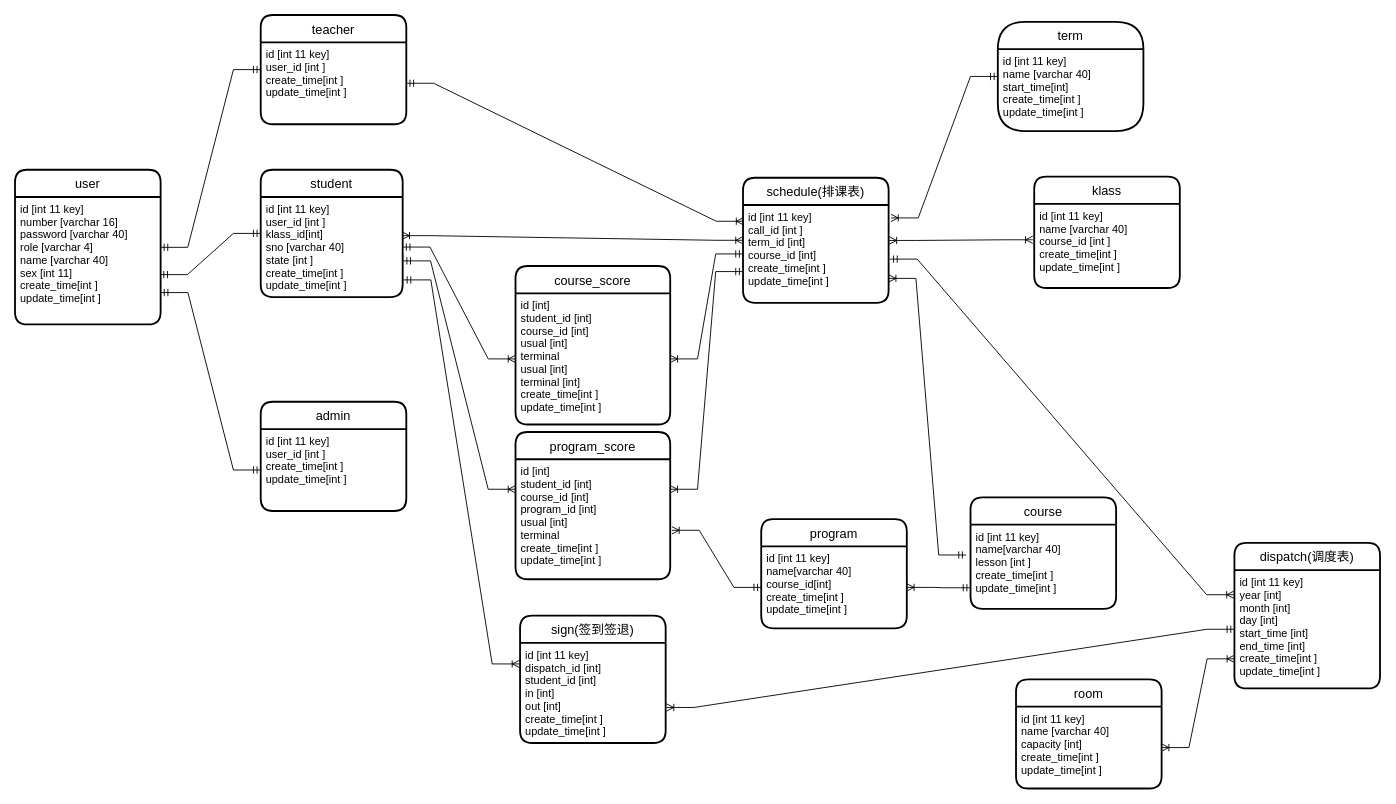
mengyunzhi/sign-in-through-code-scanning keeps this draw.io diagram as document/ER.drawio. Above is the earlier version. Source tidied: cells renumbered, new cells numbered last; positions are measured from the earlier drawing's top-left corner, leaving out a move shared by most shapes. Both pictures are drawn from the tidied source at 91%, with x=0, y=0 at pixel (15, 15).
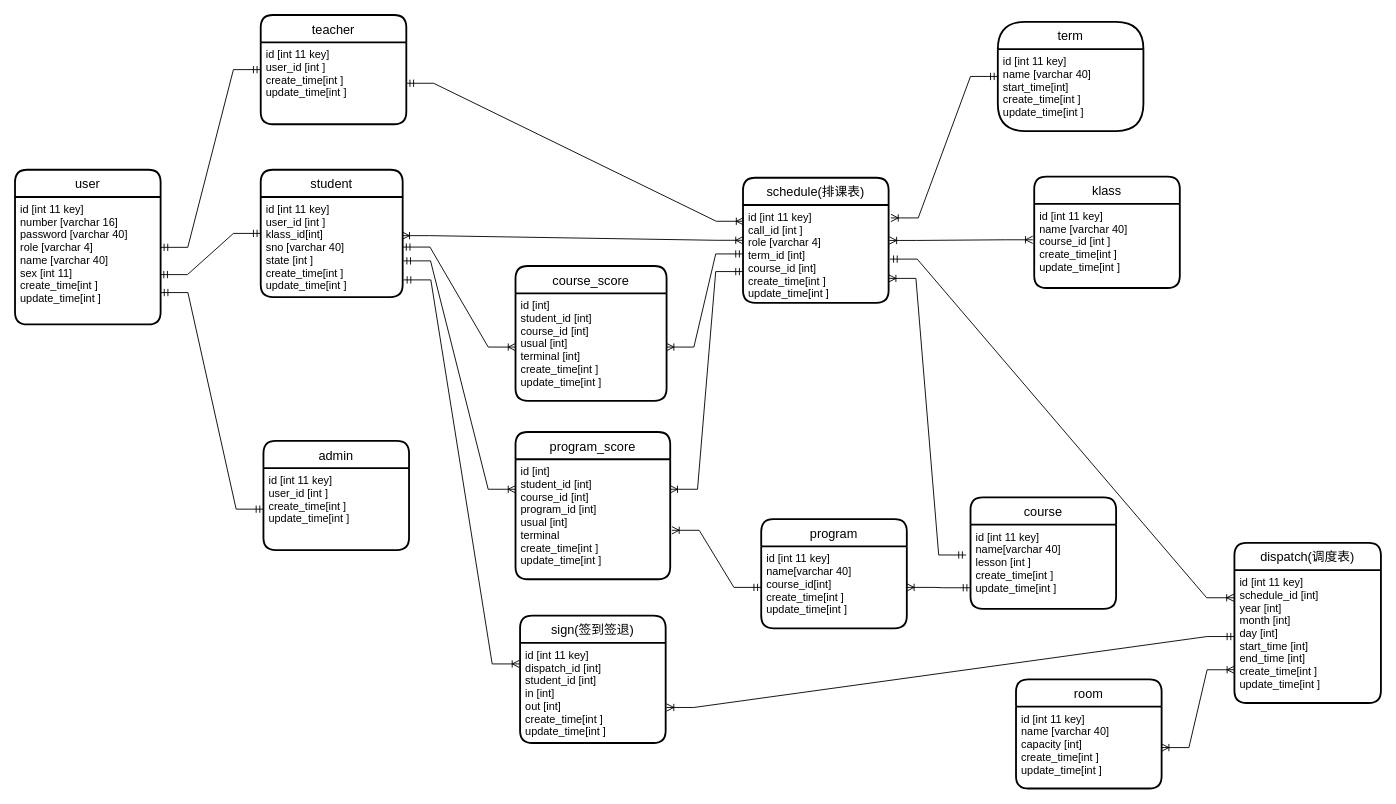
After the change.

Commit message (it also covers changes not shown here):
数据表和er图

Unchanged cells that the change refers to:
```xml
<mxCell id="16" value="schedule(排课表)" style="swimlane;horizontal=1;startSize=30;rounded=1;fontSize=14;fontStyle=0;strokeWidth=2;shadow=0;dashed=0;align=center;" parent="1" vertex="1">
  <mxGeometry x="800" y="178.8" width="160" height="137.5" as="geometry" />
</mxCell>
```

Change to the diagram source:
```diff
@@
     <mxCell id="6" value="admin" style="swimlane;horizontal=1;startSize=30;rounded=1;fontSize=14;fontStyle=0;strokeWidth=2;shadow=0;dashed=0;align=center;" parent="1" vertex="1">
-      <mxGeometry x="270" y="425" width="160" height="120" as="geometry" />
+      <mxGeometry x="273" y="468" width="160" height="120" as="geometry" />
     </mxCell>
@@
-    <mxCell id="17" value="id [int 11 key]&#10;call_id [int ]&#10;term_id [int]&#10;course_id [int]&#10;create_time[int ]&#10;update_time[int ]&#10;&#10;&#10;" style="align=left;strokeColor=none;fillColor=none;spacingLeft=4;fontSize=12;verticalAlign=top;" parent="16" vertex="1">
+    <mxCell id="17" value="id [int 11 key]&#10;call_id [int ]&#10;role [varchar 4]&#10;term_id [int]&#10;course_id [int]&#10;create_time[int ]&#10;update_time[int ]&#10;&#10;&#10;" style="align=left;strokeColor=none;fillColor=none;spacingLeft=4;fontSize=12;verticalAlign=top;" parent="16" vertex="1">
       <mxGeometry y="30" width="160" height="107.5" as="geometry" />
     </mxCell>
@@
     <mxCell id="20" value="dispatch(调度表)" style="swimlane;horizontal=1;startSize=30;rounded=1;fontSize=14;fontStyle=0;strokeWidth=2;shadow=0;dashed=0;align=center;" parent="1" vertex="1">
-      <mxGeometry x="1340" y="580" width="160" height="160" as="geometry" />
+      <mxGeometry x="1340" y="580" width="161" height="176" as="geometry" />
     </mxCell>
-    <mxCell id="21" value="id [int 11 key]&#10;year [int]&#10;month [int]&#10;day [int]&#10;start_time [int]&#10;end_time [int]&#10;create_time[int ]&#10;update_time[int ]" style="align=left;strokeColor=none;fillColor=none;spacingLeft=4;fontSize=12;verticalAlign=top;" parent="20" vertex="1">
-      <mxGeometry y="30" width="160" height="130" as="geometry" />
+    <mxCell id="21" value="id [int 11 key]&#10;schedule_id [int]&#10;year [int]&#10;month [int]&#10;day [int]&#10;start_time [int]&#10;end_time [int]&#10;create_time[int ]&#10;update_time[int ]" style="align=left;strokeColor=none;fillColor=none;spacingLeft=4;fontSize=12;verticalAlign=top;" parent="20" vertex="1">
+      <mxGeometry y="30" width="161" height="146" as="geometry" />
     </mxCell>
@@
     <mxCell id="27" value="course_score" style="swimlane;horizontal=1;startSize=30;rounded=1;fontSize=14;fontStyle=0;strokeWidth=2;shadow=0;dashed=0;align=center;" parent="1" vertex="1">
-      <mxGeometry x="550" y="275.8" width="170" height="174.2" as="geometry" />
+      <mxGeometry x="550" y="275.8" width="166" height="148.2" as="geometry" />
     </mxCell>
-    <mxCell id="28" value="id [int]&#10;student_id [int]&#10;course_id [int]&#10;usual [int]&#10;terminal&#10;usual [int]&#10;terminal [int]&#10;create_time[int ]&#10;update_time[int ]&#10;" style="align=left;strokeColor=none;fillColor=none;spacingLeft=4;fontSize=12;verticalAlign=top;" parent="27" vertex="1">
-      <mxGeometry y="30" width="170" height="144.2" as="geometry" />
+    <mxCell id="28" value="id [int]&#10;student_id [int]&#10;course_id [int]&#10;usual [int]&#10;terminal [int]&#10;create_time[int ]&#10;update_time[int ]&#10;" style="align=left;strokeColor=none;fillColor=none;spacingLeft=4;fontSize=12;verticalAlign=top;" parent="27" vertex="1">
+      <mxGeometry y="30" width="166" height="118.2" as="geometry" />
     </mxCell>
```
